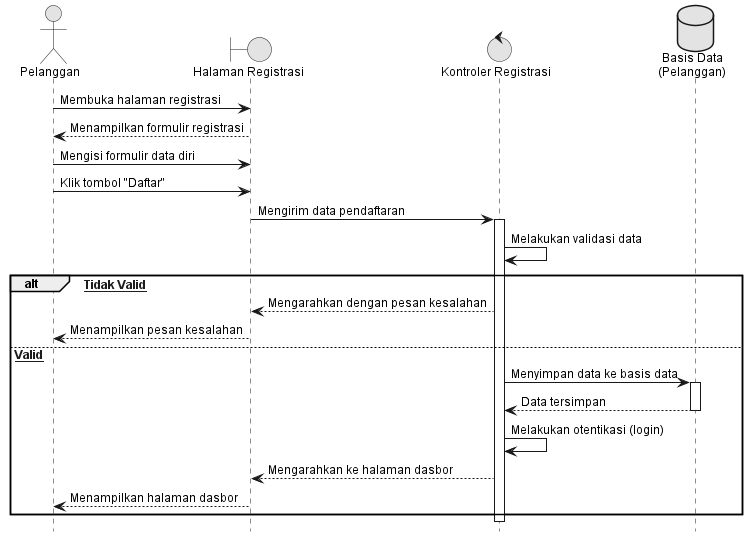
Above: docs/diagrams/01_Registrasi_Akun.png in Reyonl/project_TA (PlantUML), before the change.
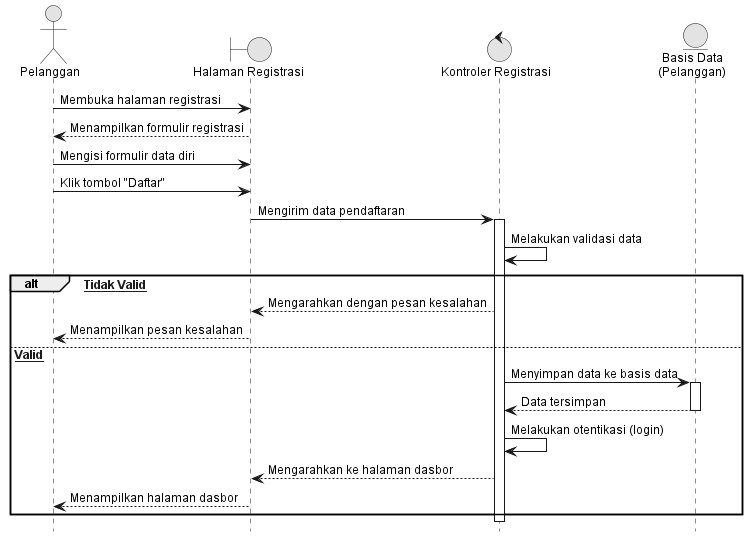
Later version of the same file.

The edit, as a diff of the source:
```diff
@@ -9,7 +9,7 @@
 actor "Pelanggan" as Customer
 boundary "Halaman Registrasi" as View
 control "Kontroler Registrasi" as Controller
-database "Basis Data\n(Pelanggan)" as DB
+entity "Basis Data\n(Pelanggan)" as DB
 
 Customer -> View : Membuka halaman registrasi
 View --> Customer : Menampilkan formulir registrasi
```
